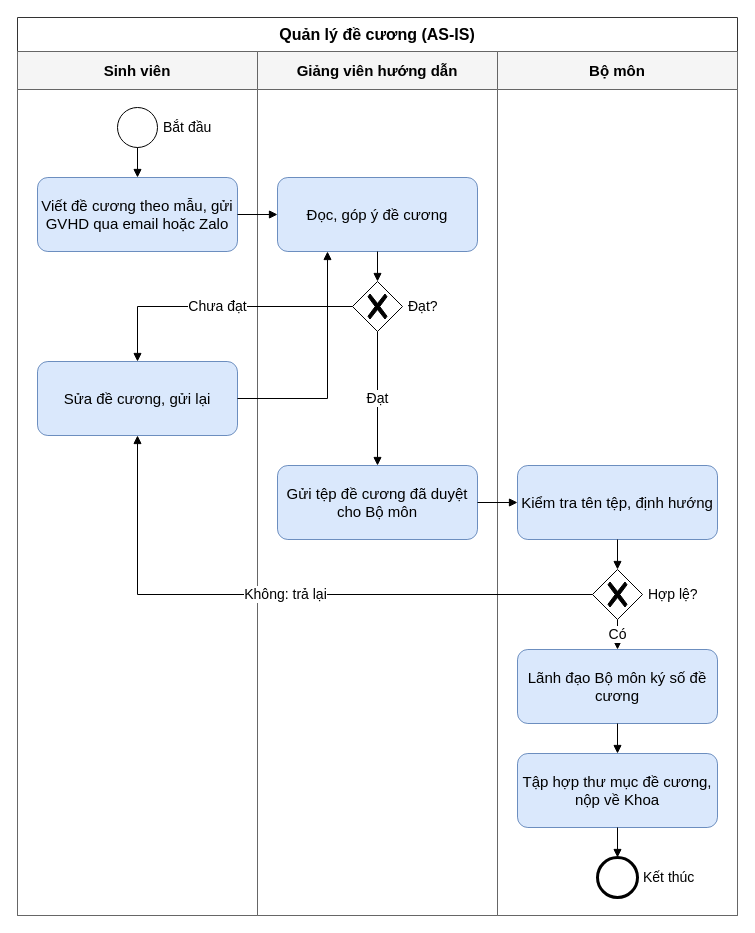
Before: page "AS-IS" (1 of 2) of docs/chuong-2-khao-sat-phan-tich/bpmn/02-de-cuong.drawio in dtc235200036-alt/ICTU-DATN-NguyenThiMaiAnh, a draw.io diagram. Source tidied: cells renumbered, new cells numbered last; positions are measured from the earlier drawing's top-left corner, leaving out a move shared by most shapes. Both pictures are drawn from the tidied source at 100%, with x=0, y=0 at pixel (17, 17).
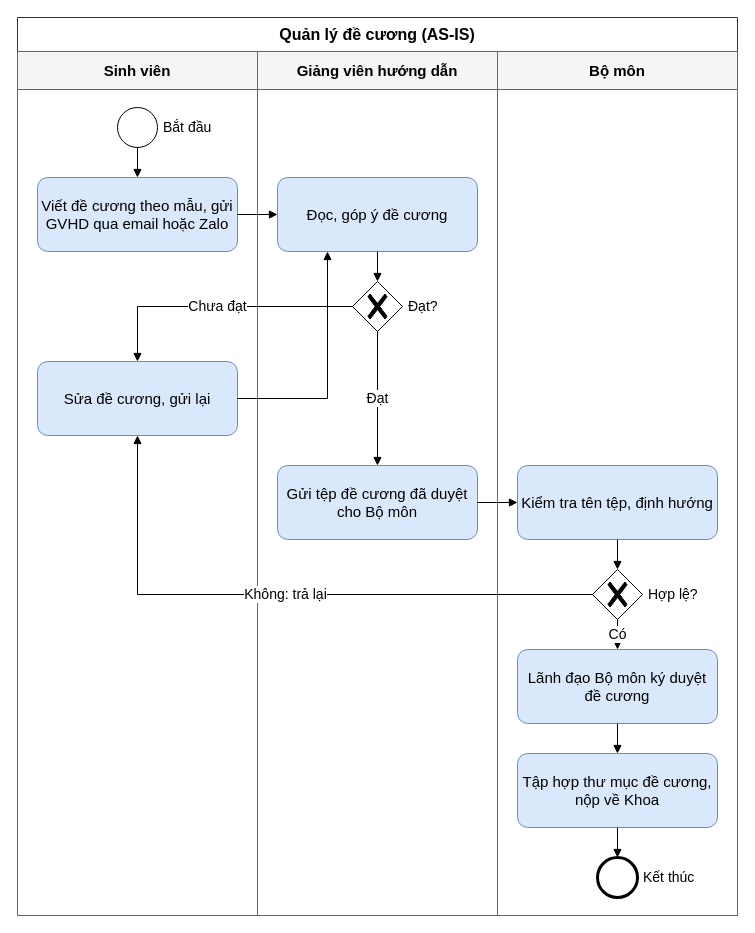
The same page after the edit.

Change to the diagram source:
```diff
@@
-    <mxCell id="14" value="Lãnh đạo Bộ môn ký số đề cương" style="rounded=1;arcSize=14;whiteSpace=wrap;html=1;fontSize=15;spacing=4;fillColor=#dae8fc;strokeColor=#6c8ebf;" parent="1" vertex="1">
+    <mxCell id="14" value="Lãnh đạo Bộ môn ký duyệt đề cương" style="rounded=1;arcSize=14;whiteSpace=wrap;html=1;fontSize=15;spacing=4;fillColor=#dae8fc;strokeColor=#6c8ebf;" parent="1" vertex="1">
       <mxGeometry x="500" y="632" width="200" height="74" as="geometry" />
     </mxCell>
```
